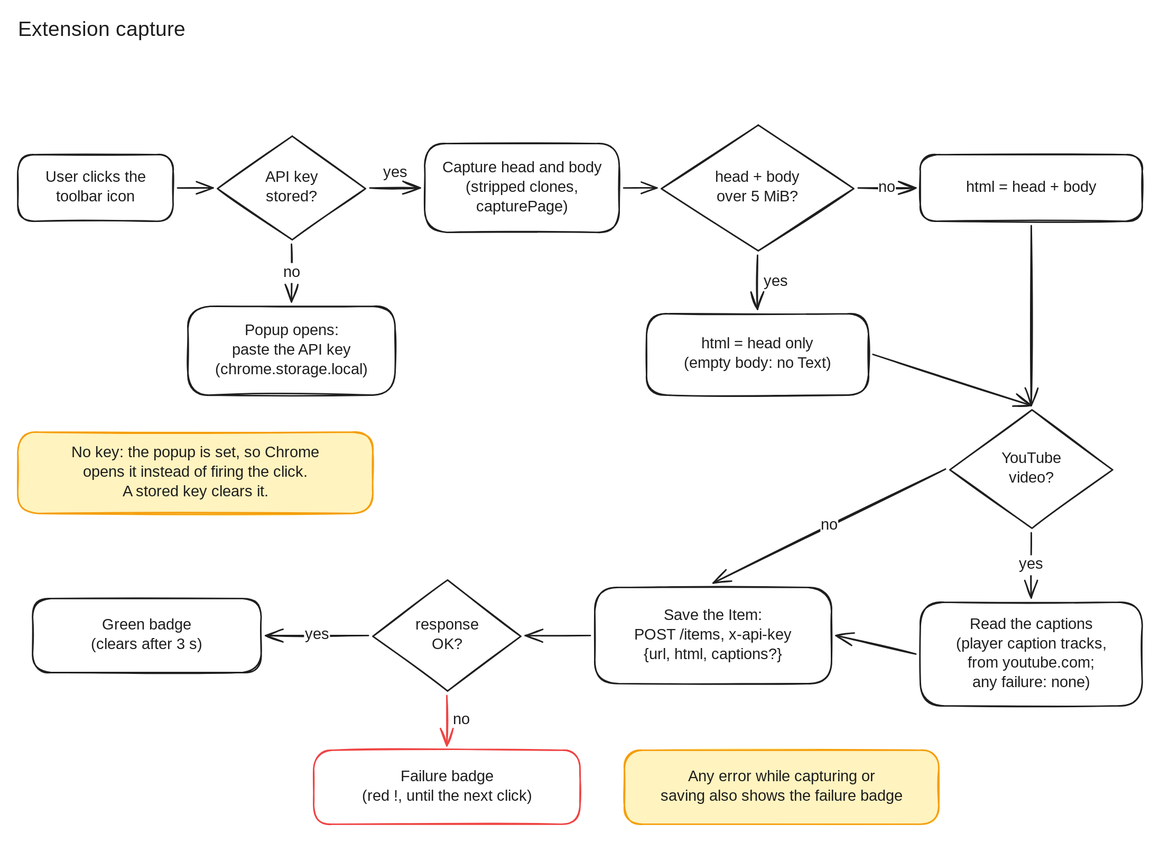
Before: docs/diagrams/extension-capture.excalidraw.svg, a diagram exported from Excalidraw (souravdotdev/Resonory). Source tidied: one line per element, renumbered; positions are measured from the earlier drawing's top-left corner, leaving out a move shared by most shapes.
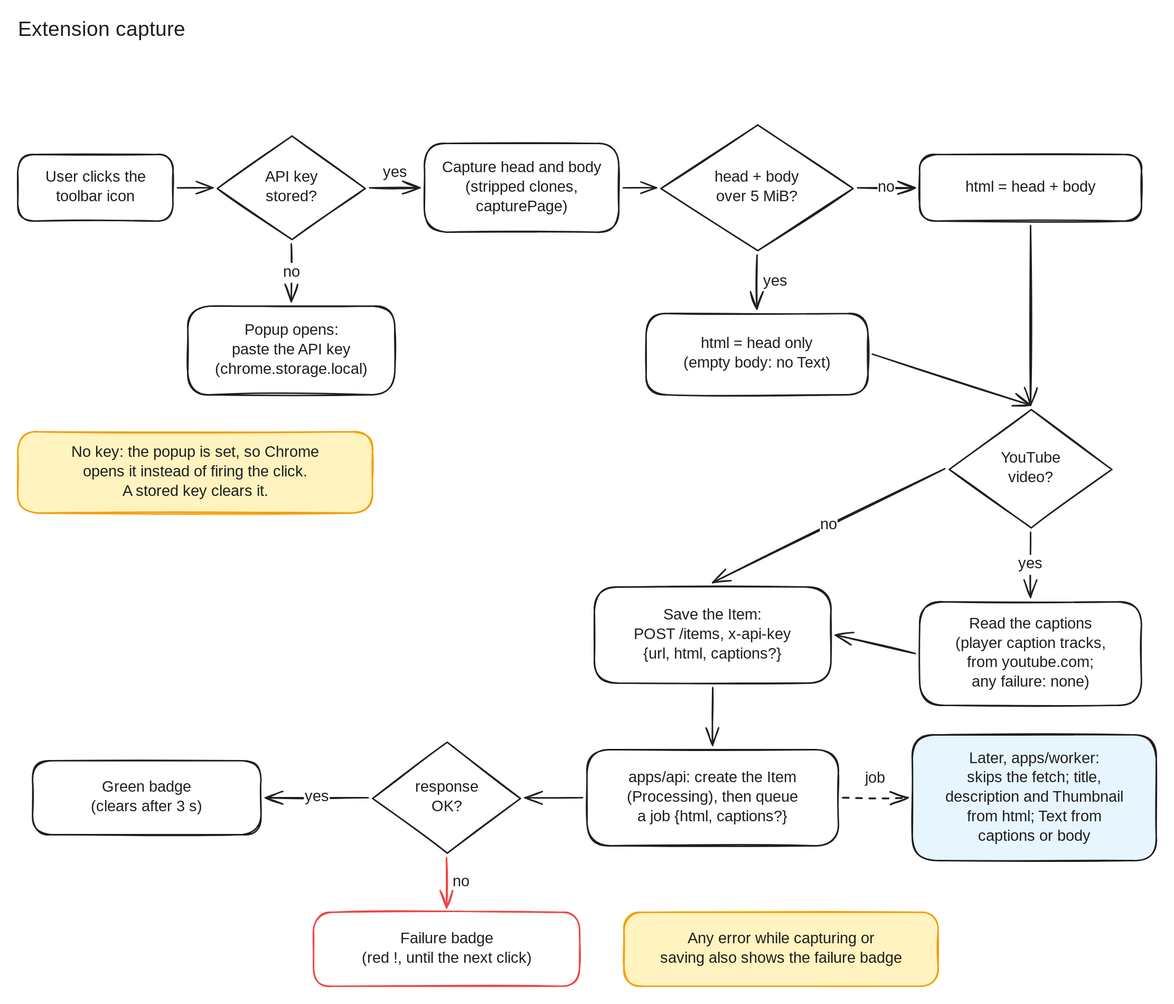
Later version of the same file.

Commit message:
docs(extension): draw the API and worker steps in the capture diagram and drop the mermaid copy

Diff of the diagram source:
```diff
@@ -21,14 +21,14 @@
 {"id": 20, "type": "text", "text": "Read the captions\n(player caption tracks,\nfrom youtube.com;\nany failure: none)", "strokeColor": "#1e1e1e", "strokeWidth": 2, "roughness": 1, "fontSize": 21, "fontFamily": 5, "textAlign": "center", "verticalAlign": "middle", "inside": 19, "x": 1237, "y": 808, "width": 266, "height": 105}
 {"id": 21, "type": "rectangle", "strokeColor": "#1e1e1e", "backgroundColor": "#ffffff", "fillStyle": "solid", "strokeWidth": 2, "roughness": 1, "round": true, "x": 780, "y": 770, "width": 320, "height": 130}
 {"id": 22, "type": "text", "text": "Save the Item:\nPOST /items, x-api-key\n{url, html, captions?}", "strokeColor": "#1e1e1e", "strokeWidth": 2, "roughness": 1, "fontSize": 21, "fontFamily": 5, "textAlign": "center", "verticalAlign": "middle", "inside": 21, "x": 812, "y": 796, "width": 255, "height": 79}
-{"id": 23, "type": "diamond", "strokeColor": "#1e1e1e", "backgroundColor": "#ffffff", "fillStyle": "solid", "strokeWidth": 2, "roughness": 1, "x": 480, "y": 760, "width": 200, "height": 150}
+{"id": 23, "type": "diamond", "strokeColor": "#1e1e1e", "backgroundColor": "#ffffff", "fillStyle": "solid", "strokeWidth": 2, "roughness": 1, "x": 480, "y": 980, "width": 200, "height": 150}
-{"id": 24, "type": "text", "text": "response\nOK?", "strokeColor": "#1e1e1e", "strokeWidth": 2, "roughness": 1, "fontSize": 21, "fontFamily": 5, "textAlign": "center", "verticalAlign": "middle", "inside": 23, "x": 534, "y": 808, "width": 93, "height": 53}
+{"id": 24, "type": "text", "text": "response\nOK?", "strokeColor": "#1e1e1e", "strokeWidth": 2, "roughness": 1, "fontSize": 21, "fontFamily": 5, "textAlign": "center", "verticalAlign": "middle", "inside": 23, "x": 534, "y": 1028, "width": 93, "height": 53}
-{"id": 25, "type": "rectangle", "strokeColor": "#1e1e1e", "backgroundColor": "#ffffff", "fillStyle": "solid", "strokeWidth": 2, "roughness": 1, "round": true, "x": 20, "y": 785, "width": 309, "height": 100}
+{"id": 25, "type": "rectangle", "strokeColor": "#1e1e1e", "backgroundColor": "#ffffff", "fillStyle": "solid", "strokeWidth": 2, "roughness": 1, "round": true, "x": 20, "y": 1005, "width": 309, "height": 100}
-{"id": 26, "type": "text", "text": "Green badge\n(clears after 3 s)", "strokeColor": "#1e1e1e", "strokeWidth": 2, "roughness": 1, "fontSize": 21, "fontFamily": 5, "textAlign": "center", "verticalAlign": "middle", "inside": 25, "x": 30, "y": 808, "width": 289, "height": 53}
+{"id": 26, "type": "text", "text": "Green badge\n(clears after 3 s)", "strokeColor": "#1e1e1e", "strokeWidth": 2, "roughness": 1, "fontSize": 21, "fontFamily": 5, "textAlign": "center", "verticalAlign": "middle", "inside": 25, "x": 30, "y": 1028, "width": 289, "height": 53}
-{"id": 27, "type": "rectangle", "strokeColor": "#ef4444", "backgroundColor": "#ffffff", "fillStyle": "solid", "strokeWidth": 2, "roughness": 1, "round": true, "x": 400, "y": 990, "width": 360, "height": 100}
+{"id": 27, "type": "rectangle", "strokeColor": "#ef4444", "backgroundColor": "#ffffff", "fillStyle": "solid", "strokeWidth": 2, "roughness": 1, "round": true, "x": 400, "y": 1210, "width": 360, "height": 100}
-{"id": 28, "type": "text", "text": "Failure badge\n(red !, until the next click)", "strokeColor": "#1e1e1e", "strokeWidth": 2, "roughness": 1, "fontSize": 21, "fontFamily": 5, "textAlign": "center", "verticalAlign": "middle", "inside": 27, "x": 412, "y": 1014, "width": 335, "height": 53}
+{"id": 28, "type": "text", "text": "Failure badge\n(red !, until the next click)", "strokeColor": "#1e1e1e", "strokeWidth": 2, "roughness": 1, "fontSize": 21, "fontFamily": 5, "textAlign": "center", "verticalAlign": "middle", "inside": 27, "x": 412, "y": 1234, "width": 335, "height": 53}
-{"id": 29, "type": "rectangle", "strokeColor": "#f59e0b", "backgroundColor": "#fff3bf", "fillStyle": "solid", "strokeWidth": 2, "roughness": 1, "round": true, "x": 820, "y": 990, "width": 425, "height": 100}
+{"id": 29, "type": "rectangle", "strokeColor": "#f59e0b", "backgroundColor": "#fff3bf", "fillStyle": "solid", "strokeWidth": 2, "roughness": 1, "round": true, "x": 820, "y": 1210, "width": 425, "height": 100}
-{"id": 30, "type": "text", "text": "Any error while capturing or\nsaving also shows the failure badge", "strokeColor": "#1e1e1e", "strokeWidth": 2, "roughness": 1, "fontSize": 21, "fontFamily": 5, "textAlign": "center", "verticalAlign": "middle", "inside": 29, "x": 830, "y": 1014, "width": 405, "height": 53}
+{"id": 30, "type": "text", "text": "Any error while capturing or\nsaving also shows the failure badge", "strokeColor": "#1e1e1e", "strokeWidth": 2, "roughness": 1, "fontSize": 21, "fontFamily": 5, "textAlign": "center", "verticalAlign": "middle", "inside": 29, "x": 830, "y": 1234, "width": 405, "height": 53}
 {"id": 31, "type": "arrow", "strokeColor": "#1e1e1e", "strokeWidth": 2, "roughness": 1, "endArrowhead": "arrow", "from": 1, "to": 3, "x": 216, "y": 230, "width": 48, "height": 0, "points": [[0, 0], [48, 0]]}
 {"id": 32, "type": "arrow", "strokeColor": "#1e1e1e", "strokeWidth": 2, "roughness": 1, "endArrowhead": "arrow", "from": 3, "to": 5, "x": 476, "y": 230, "width": 68, "height": 0, "points": [[0, 0], [68, 0]]}
 {"id": 33, "type": "text", "text": "yes", "strokeColor": "#1e1e1e", "strokeWidth": 2, "roughness": 1, "fontSize": 21, "fontFamily": 5, "textAlign": "center", "x": 492, "y": 197, "width": 35, "height": 27}
@@ -46,8 +46,15 @@
 {"id": 45, "type": "arrow", "strokeColor": "#1e1e1e", "strokeWidth": 2, "roughness": 1, "endArrowhead": "arrow", "from": 17, "to": 21, "x": 1254, "y": 610, "width": 314, "height": 154, "points": [[0, 0], [-314, 154]]}
 {"id": 46, "type": "text", "text": "no", "strokeColor": "#1e1e1e", "strokeWidth": 2, "roughness": 1, "fontSize": 21, "fontFamily": 5, "textAlign": "center", "verticalAlign": "middle", "inside": 45, "x": 1088, "y": 676, "width": 24, "height": 27}
 {"id": 47, "type": "arrow", "strokeColor": "#1e1e1e", "strokeWidth": 2, "roughness": 1, "endArrowhead": "arrow", "from": 19, "to": 21, "x": 1214, "y": 860, "width": 108, "height": 25, "points": [[0, 0], [-108, -25]]}
-{"id": 48, "type": "arrow", "strokeColor": "#1e1e1e", "strokeWidth": 2, "roughness": 1, "endArrowhead": "arrow", "from": 21, "to": 23, "x": 774, "y": 835, "width": 88, "height": 0, "points": [[0, 0], [-88, 0]]}
+{"id": 48, "type": "arrow", "strokeColor": "#1e1e1e", "strokeWidth": 2, "roughness": 1, "endArrowhead": "arrow", "from": 53, "to": 23, "x": 764, "y": 1055, "width": 78, "height": 0, "points": [[0, 0], [-78, 0]]}
-{"id": 49, "type": "arrow", "strokeColor": "#1e1e1e", "strokeWidth": 2, "roughness": 1, "endArrowhead": "arrow", "from": 23, "to": 25, "x": 474, "y": 835, "width": 139, "height": 0, "points": [[0, 0], [-139, 0]]}
+{"id": 49, "type": "arrow", "strokeColor": "#1e1e1e", "strokeWidth": 2, "roughness": 1, "endArrowhead": "arrow", "from": 23, "to": 25, "x": 474, "y": 1055, "width": 139, "height": 0, "points": [[0, 0], [-139, 0]]}
-{"id": 50, "type": "text", "text": "yes", "strokeColor": "#1e1e1e", "strokeWidth": 2, "roughness": 1, "fontSize": 21, "fontFamily": 5, "textAlign": "center", "verticalAlign": "middle", "inside": 49, "x": 382, "y": 822, "width": 35, "height": 27}
+{"id": 50, "type": "text", "text": "yes", "strokeColor": "#1e1e1e", "strokeWidth": 2, "roughness": 1, "fontSize": 21, "fontFamily": 5, "textAlign": "center", "verticalAlign": "middle", "inside": 49, "x": 382, "y": 1042, "width": 35, "height": 27}
-{"id": 51, "type": "arrow", "strokeColor": "#ef4444", "strokeWidth": 2, "roughness": 1, "endArrowhead": "arrow", "from": 23, "to": 27, "x": 580, "y": 916, "width": 0, "height": 68, "points": [[0, 0], [0, 68]]}
+{"id": 51, "type": "arrow", "strokeColor": "#ef4444", "strokeWidth": 2, "roughness": 1, "endArrowhead": "arrow", "from": 23, "to": 27, "x": 580, "y": 1136, "width": 0, "height": 68, "points": [[0, 0], [0, 68]]}
-{"id": 52, "type": "text", "text": "no", "strokeColor": "#1e1e1e", "strokeWidth": 2, "roughness": 1, "fontSize": 21, "fontFamily": 5, "x": 588, "y": 936, "width": 24, "height": 27}
+{"id": 52, "type": "text", "text": "no", "strokeColor": "#1e1e1e", "strokeWidth": 2, "roughness": 1, "fontSize": 21, "fontFamily": 5, "x": 588, "y": 1156, "width": 24, "height": 27}
+{"id": 53, "type": "rectangle", "strokeColor": "#1e1e1e", "backgroundColor": "#ffffff", "fillStyle": "solid", "strokeWidth": 2, "roughness": 1, "round": true, "x": 770, "y": 990, "width": 340, "height": 130}
+{"id": 54, "type": "text", "text": "apps/api: create the Item\n(Processing), then queue\na job {html, captions?}", "strokeColor": "#1e1e1e", "strokeWidth": 2, "roughness": 1, "fontSize": 21, "fontFamily": 5, "textAlign": "center", "verticalAlign": "middle", "inside": 53, "x": 795, "y": 1016, "width": 290, "height": 79}
+{"id": 55, "type": "rectangle", "strokeColor": "#1e1e1e", "backgroundColor": "#e7f5ff", "fillStyle": "solid", "strokeWidth": 2, "roughness": 1, "round": true, "x": 1210, "y": 970, "width": 330, "height": 170}
+{"id": 56, "type": "text", "text": "Later, apps/worker:\nskips the fetch; title,\ndescription and Thumbnail\nfrom html; Text from\ncaptions or body", "strokeColor": "#1e1e1e", "strokeWidth": 2, "roughness": 1, "fontSize": 21, "fontFamily": 5, "textAlign": "center", "verticalAlign": "middle", "inside": 55, "x": 1230, "y": 990, "width": 290, "height": 131}
+{"id": 57, "type": "arrow", "strokeColor": "#1e1e1e", "strokeWidth": 2, "roughness": 1, "endArrowhead": "arrow", "from": 21, "to": 53, "x": 940, "y": 906, "width": 0, "height": 78, "points": [[0, 0], [0, 78]]}
+{"id": 58, "type": "arrow", "strokeColor": "#1e1e1e", "strokeWidth": 2, "strokeStyle": "dashed", "roughness": 1, "endArrowhead": "arrow", "from": 53, "to": 55, "x": 1116, "y": 1055, "width": 88, "height": 0, "points": [[0, 0], [88, 0]]}
+{"id": 59, "type": "text", "text": "job", "strokeColor": "#1e1e1e", "strokeWidth": 2, "roughness": 1, "fontSize": 21, "fontFamily": 5, "textAlign": "center", "verticalAlign": "middle", "x": 1142, "y": 1016, "width": 35, "height": 27}
```
